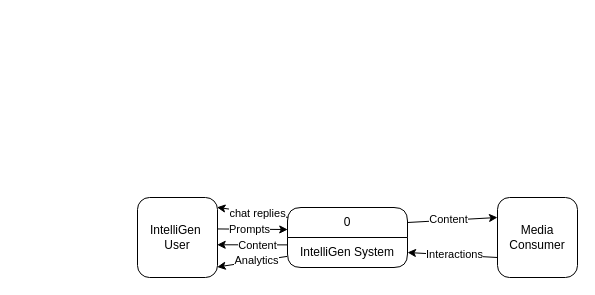
amirabdullahi1/gold keeps this draw.io diagram as SENG 321/RSDCFD.drawio. Above is the earlier version. Source tidied: cells renumbered, new cells numbered last; positions are measured from the earlier drawing's top-left corner, leaving out a move shared by most shapes. Both pictures are drawn from the tidied source at 100%, with x=0, y=0 at pixel (137, 197).
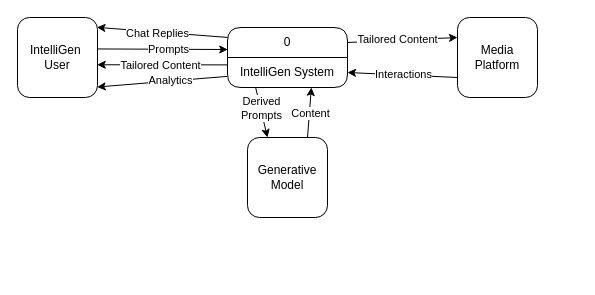
Above is the later version.

Unchanged cells that the change refers to:
```xml
<mxCell id="2" style="rounded=0;jettySize=auto;html=1;exitX=1;exitY=0.25;exitDx=0;exitDy=0;entryX=0;entryY=0.25;entryDx=0;entryDy=0;" parent="1" edge="1" source="8" target="15">
  <mxGeometry relative="1" as="geometry" />
</mxCell>
<mxCell id="4" style="rounded=0;jettySize=auto;html=1;entryX=0.996;entryY=0.591;entryDx=0;entryDy=0;entryPerimeter=0;exitX=0.001;exitY=0.246;exitDx=0;exitDy=0;exitPerimeter=0;" parent="1" edge="1" source="9" target="12">
  <mxGeometry relative="1" as="geometry" />
</mxCell>
<mxCell id="9" value="IntelliGen System" style="text;strokeColor=none;fillColor=none;align=center;verticalAlign=middle;spacingLeft=4;spacingRight=4;overflow=hidden;points=[[0,0.5],[1,0.5]];portConstraint=eastwest;whiteSpace=wrap;html=1;" parent="8" vertex="1">
  <mxGeometry y="30" width="120" height="30" as="geometry" />
</mxCell>
```

What changed in the source:
```diff
@@
-    <mxCell id="3" value="Content" style="edgeLabel;html=1;align=center;verticalAlign=middle;" parent="2" vertex="1">
+    <mxCell id="3" value="Tailored Content" style="edgeLabel;html=1;align=center;verticalAlign=middle;" parent="2" vertex="1">
       <mxGeometry x="-0.1" y="1" relative="1" as="geometry" />
     </mxCell>
@@
-    <mxCell id="5" value="Content" style="edgeLabel;html=1;align=center;verticalAlign=middle;" parent="4" vertex="1">
+    <mxCell id="5" value="Tailored Content" style="edgeLabel;html=1;align=center;verticalAlign=middle;" parent="4" vertex="1">
       <mxGeometry x="0.24" y="-1" relative="1" as="geometry">
         <mxPoint x="13" y="1" as="offset" />
       </mxGeometry>
     </mxCell>
     <mxCell id="6" style="rounded=0;jettySize=auto;html=1;exitX=0.98;exitY=0.083;exitDx=0;exitDy=0;exitPerimeter=0;entryX=0.993;entryY=0.123;entryDx=0;entryDy=0;entryPerimeter=0;" parent="1" edge="1" target="12">
       <mxGeometry relative="1" as="geometry">
-        <mxPoint x="151" y="20" as="sourcePoint" />
+        <mxPoint x="91" y="-160" as="sourcePoint" />
       </mxGeometry>
     </mxCell>
-    <mxCell id="7" value="chat replies" style="edgeLabel;html=1;align=center;verticalAlign=middle;" parent="6" vertex="1">
+    <mxCell id="7" value="Chat Replies" style="edgeLabel;html=1;align=center;verticalAlign=middle;" parent="6" vertex="1">
       <mxGeometry x="0.34" y="-1" relative="1" as="geometry">
         <mxPoint x="16" y="3" as="offset" />
       </mxGeometry>
     </mxCell>
+    <mxCell id="18" style="rounded=0;jettySize=auto;html=1;entryX=0.25;entryY=0;entryDx=0;entryDy=0;exitX=0.235;exitY=1.009;exitDx=0;exitDy=0;exitPerimeter=0;" parent="1" edge="1" source="9" target="20">
+      <mxGeometry relative="1" as="geometry" />
+    </mxCell>
+    <mxCell id="19" value="&lt;div&gt;Derived&lt;/div&gt;&lt;div&gt;Prompts&lt;/div&gt;" style="edgeLabel;html=1;align=center;verticalAlign=middle;" parent="18" vertex="1">
+      <mxGeometry x="-0.17" relative="1" as="geometry" />
+    </mxCell>
     <mxCell id="8" value="0" style="swimlane;fontStyle=0;horizontal=1;startSize=30;whiteSpace=wrap;html=1;rounded=1;" parent="1" vertex="1">
-      <mxGeometry x="150" y="10" width="120" height="60" as="geometry" />
+      <mxGeometry x="90" y="-170" width="120" height="60" as="geometry" />
     </mxCell>
@@
     <mxCell id="12" value="&lt;div&gt;IntelliGen&amp;nbsp;&lt;/div&gt;&lt;div&gt;User&lt;/div&gt;" style="whiteSpace=wrap;html=1;rounded=1;" parent="1" vertex="1">
-      <mxGeometry width="80" height="80" as="geometry" />
+      <mxGeometry x="-120" y="-180" width="80" height="80" as="geometry" />
     </mxCell>
@@
-    <mxCell id="15" value="&lt;div&gt;Media Consumer&lt;br&gt;&lt;/div&gt;" style="whiteSpace=wrap;html=1;rounded=1;" parent="1" vertex="1">
-      <mxGeometry x="360" width="80" height="80" as="geometry" />
+    <mxCell id="15" value="&lt;div&gt;Media Platform&lt;br&gt;&lt;/div&gt;" style="whiteSpace=wrap;html=1;rounded=1;" parent="1" vertex="1">
+      <mxGeometry x="320" y="-180" width="80" height="80" as="geometry" />
     </mxCell>
@@
+    <mxCell id="20" value="&lt;div&gt;Generative&lt;/div&gt;&lt;div&gt;Model&lt;/div&gt;" style="whiteSpace=wrap;html=1;rounded=1;" parent="1" vertex="1">
+      <mxGeometry x="110" y="-60" width="80" height="80" as="geometry" />
+    </mxCell>
+    <mxCell id="21" style="rounded=0;jettySize=auto;html=1;exitX=0.75;exitY=0;exitDx=0;exitDy=0;entryX=0.699;entryY=0.997;entryDx=0;entryDy=0;entryPerimeter=0;" parent="1" edge="1" source="20" target="9">
+      <mxGeometry relative="1" as="geometry" />
+    </mxCell>
+    <mxCell id="22" value="Content" style="edgeLabel;html=1;align=center;verticalAlign=middle;" parent="21" vertex="1">
+      <mxGeometry x="-0.02" y="-1" relative="1" as="geometry" />
+    </mxCell>
```
